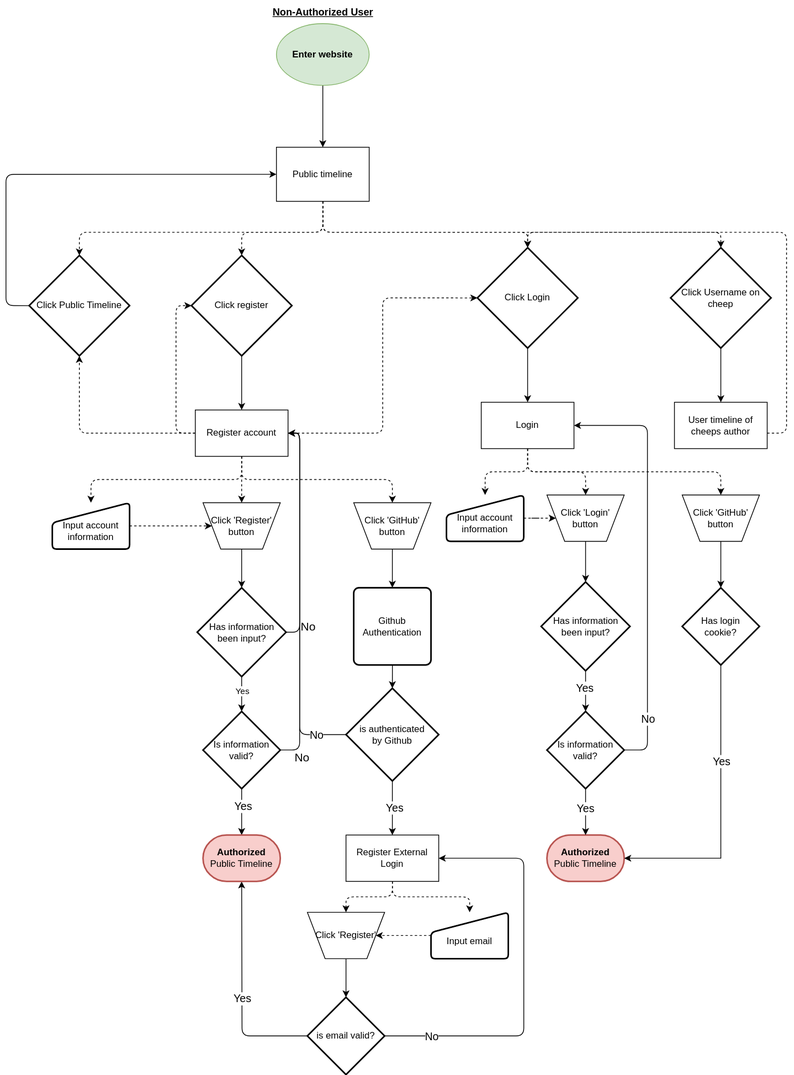
Earlier version of the draw.io export docs/diagrams/Non-Auth User journey.drawio.svg (ITU-BDSA-GROUP-20/Chirp). Source tidied: cells renumbered, new cells last; positions are measured from the earlier drawing's top-left corner, leaving out a move shared by most shapes.
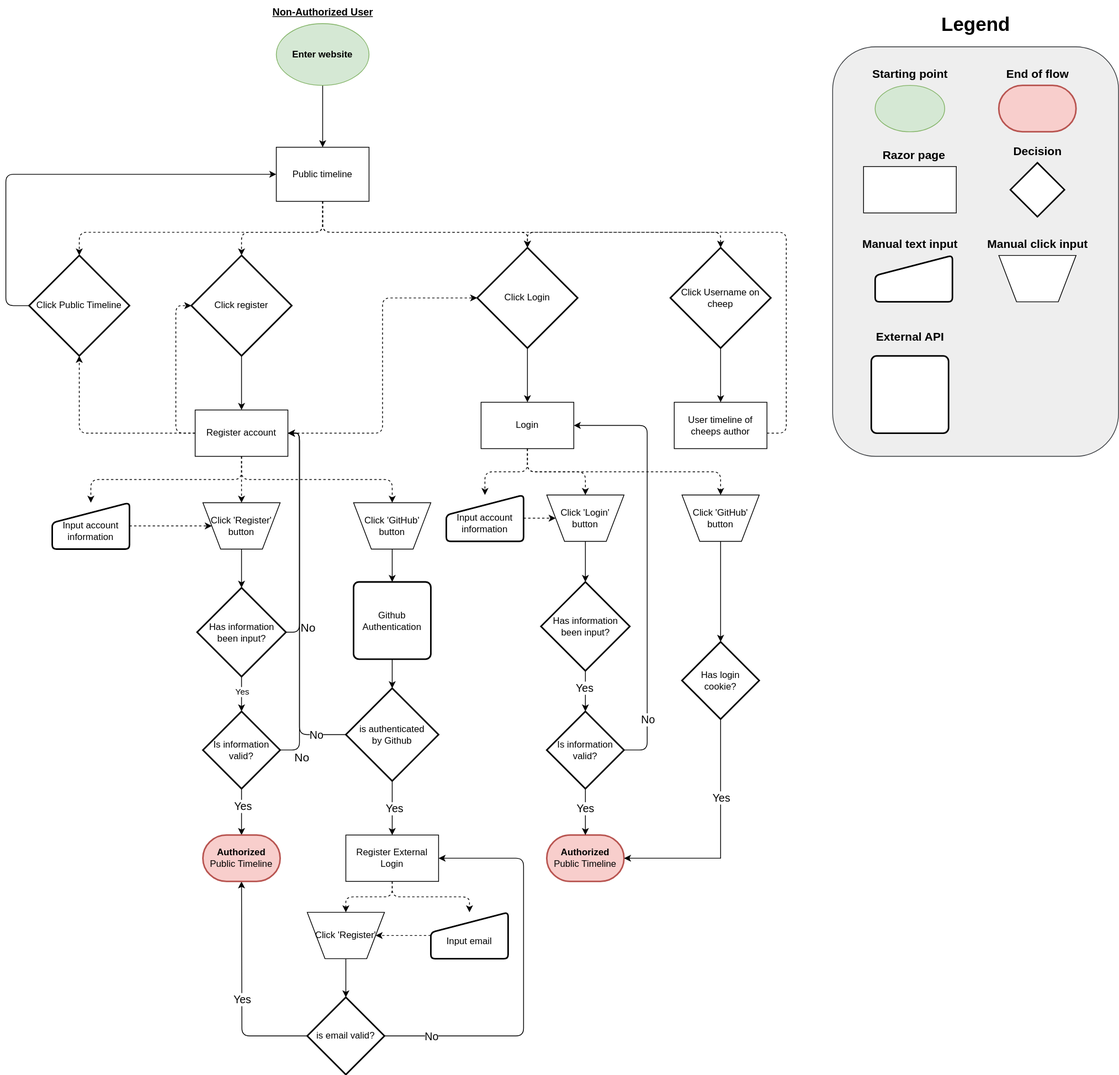
The same file after the commit.

Diff of the diagram source:
```diff
@@ -198,7 +198,7 @@
       <mxGeometry x="440" y="1080" width="120" height="60" as="geometry" />
     </mxCell>
     <mxCell id="47" value="Github Authentication" style="rounded=1;whiteSpace=wrap;html=1;absoluteArcSize=1;arcSize=14;strokeWidth=2;" parent="1" vertex="1">
-      <mxGeometry x="450" y="760" width="100" height="100" as="geometry" />
+      <mxGeometry x="450" y="752.5" width="100" height="100" as="geometry" />
     </mxCell>
     <mxCell id="48" style="edgeStyle=orthogonalEdgeStyle;rounded=0;jettySize=auto;html=1;" parent="1" edge="1" source="52" target="46">
       <mxGeometry relative="1" as="geometry" />
@@ -280,7 +280,12 @@
       <mxGeometry x="615" y="520" width="120" height="60" as="geometry" />
     </mxCell>
     <mxCell id="68" style="edgeStyle=orthogonalEdgeStyle;rounded=0;jettySize=auto;html=1;entryX=0;entryY=0.5;entryDx=0;entryDy=0;dashed=1;" parent="1" edge="1" source="69" target="70">
-      <mxGeometry relative="1" as="geometry" />
+      <mxGeometry relative="1" as="geometry">
+        <Array as="points">
+          <mxPoint x="690" y="670" />
+          <mxPoint x="690" y="670" />
+        </Array>
+      </mxGeometry>
     </mxCell>
     <mxCell id="69" value="&lt;br&gt;Input account information" style="html=1;strokeWidth=2;shape=manualInput;whiteSpace=wrap;rounded=1;size=26;arcSize=11;" parent="1" vertex="1">
       <mxGeometry x="570" y="640" width="100" height="60" as="geometry" />
@@ -329,7 +334,7 @@
       <mxGeometry x="875" y="640" width="100" height="60" as="geometry" />
     </mxCell>
     <mxCell id="82" value="Has login &lt;br&gt;cookie?" style="strokeWidth=2;html=1;shape=mxgraph.flowchart.decision;whiteSpace=wrap;" parent="1" vertex="1">
-      <mxGeometry x="875" y="760" width="100" height="100" as="geometry" />
+      <mxGeometry x="875" y="830" width="100" height="100" as="geometry" />
     </mxCell>
     <mxCell id="83" style="edgeStyle=orthogonalEdgeStyle;rounded=0;jettySize=auto;html=1;entryX=0.5;entryY=0;entryDx=0;entryDy=0;entryPerimeter=0;" parent="1" edge="1" source="81" target="82">
       <mxGeometry relative="1" as="geometry" />
@@ -344,5 +349,80 @@
     <mxCell id="85" value="&lt;font style=&quot;font-size: 14px;&quot;&gt;Yes&lt;/font&gt;" style="edgeLabel;html=1;align=center;verticalAlign=middle;" parent="84" vertex="1">
       <mxGeometry x="-0.33" relative="1" as="geometry" />
     </mxCell>
+    <mxCell id="86" style="group;" parent="1" vertex="1">
+      <mxGeometry x="1070" y="10" width="370" height="580" as="geometry" />
+    </mxCell>
+    <mxCell id="87" style="group;" parent="86" vertex="1">
+      <mxGeometry width="370" height="580" as="geometry" />
+    </mxCell>
+    <mxCell id="88" style="rounded=1;whiteSpace=wrap;html=1;fillColor=#eeeeee;strokeColor=#36393d;" parent="87" vertex="1">
+      <mxGeometry y="50" width="370" height="530" as="geometry" />
+    </mxCell>
+    <mxCell id="89" value="&lt;font size=&quot;1&quot; style=&quot;&quot;&gt;&lt;b style=&quot;font-size: 25px;&quot;&gt;Legend&lt;/b&gt;&lt;/font&gt;" style="text;html=1;align=center;verticalAlign=middle;strokeColor=none;fillColor=none;" parent="87" vertex="1">
+      <mxGeometry x="130" width="110" height="40" as="geometry" />
+    </mxCell>
+    <mxCell id="90" style="group;" parent="86" vertex="1">
+      <mxGeometry x="40" y="175" width="120" height="90" as="geometry" />
+    </mxCell>
+    <mxCell id="91" style="rounded=0;whiteSpace=wrap;html=1;" parent="90" vertex="1">
+      <mxGeometry y="30" width="120" height="60" as="geometry" />
+    </mxCell>
+    <mxCell id="92" value="&lt;b&gt;&lt;font style=&quot;font-size: 15px;&quot;&gt;Razor page&lt;/font&gt;&lt;/b&gt;" style="text;html=1;align=center;verticalAlign=middle;strokeColor=none;fillColor=none;" parent="90" vertex="1">
+      <mxGeometry x="15" width="100" height="30" as="geometry" />
+    </mxCell>
+    <mxCell id="93" style="group;" parent="86" vertex="1">
+      <mxGeometry x="40" y="70" width="120" height="90" as="geometry" />
+    </mxCell>
+    <mxCell id="94" style="ellipse;whiteSpace=wrap;html=1;fillColor=#d5e8d4;strokeColor=#82b366;" parent="93" vertex="1">
+      <mxGeometry x="15" y="30" width="90" height="60" as="geometry" />
+    </mxCell>
+    <mxCell id="95" value="&lt;b&gt;&lt;font style=&quot;font-size: 15px;&quot;&gt;Starting point&lt;/font&gt;&lt;/b&gt;" style="text;html=1;align=center;verticalAlign=middle;strokeColor=none;fillColor=none;" parent="93" vertex="1">
+      <mxGeometry width="120" height="30" as="geometry" />
+    </mxCell>
+    <mxCell id="96" style="group;" parent="86" vertex="1">
+      <mxGeometry x="215" y="70" width="100" height="90" as="geometry" />
+    </mxCell>
+    <mxCell id="97" style="strokeWidth=2;html=1;shape=mxgraph.flowchart.terminator;whiteSpace=wrap;fillColor=#f8cecc;strokeColor=#b85450;" parent="96" vertex="1">
+      <mxGeometry y="30" width="100" height="60" as="geometry" />
+    </mxCell>
+    <mxCell id="98" value="&lt;span style=&quot;font-size: 15px;&quot;&gt;&lt;b&gt;End of flow&lt;/b&gt;&lt;/span&gt;" style="text;html=1;align=center;verticalAlign=middle;strokeColor=none;fillColor=none;" parent="96" vertex="1">
+      <mxGeometry width="100" height="30" as="geometry" />
+    </mxCell>
+    <mxCell id="99" style="group;" parent="86" vertex="1">
+      <mxGeometry x="25" y="290" width="150" height="90" as="geometry" />
+    </mxCell>
+    <mxCell id="100" style="html=1;strokeWidth=2;shape=manualInput;whiteSpace=wrap;rounded=1;size=26;arcSize=11;" parent="99" vertex="1">
+      <mxGeometry x="30" y="30" width="100" height="60" as="geometry" />
+    </mxCell>
+    <mxCell id="101" value="&lt;b&gt;&lt;font style=&quot;font-size: 15px;&quot;&gt;Manual text input&lt;/font&gt;&lt;/b&gt;" style="text;html=1;align=center;verticalAlign=middle;strokeColor=none;fillColor=none;" parent="99" vertex="1">
+      <mxGeometry width="150" height="30" as="geometry" />
+    </mxCell>
+    <mxCell id="102" style="group;" parent="86" vertex="1">
+      <mxGeometry x="220" y="170" width="90" height="100" as="geometry" />
+    </mxCell>
+    <mxCell id="103" style="strokeWidth=2;html=1;shape=mxgraph.flowchart.decision;whiteSpace=wrap;" parent="102" vertex="1">
+      <mxGeometry x="10" y="30" width="70" height="70" as="geometry" />
+    </mxCell>
+    <mxCell id="104" value="&lt;b&gt;&lt;font style=&quot;font-size: 15px;&quot;&gt;Decision&lt;/font&gt;&lt;/b&gt;" style="text;html=1;align=center;verticalAlign=middle;strokeColor=none;fillColor=none;" parent="102" vertex="1">
+      <mxGeometry width="90" height="30" as="geometry" />
+    </mxCell>
+    <mxCell id="105" style="group;" parent="86" vertex="1">
+      <mxGeometry x="190" y="290" width="150" height="90" as="geometry" />
+    </mxCell>
+    <mxCell id="106" style="verticalLabelPosition=middle;verticalAlign=middle;html=1;shape=trapezoid;perimeter=trapezoidPerimeter;whiteSpace=wrap;size=0.23;arcSize=10;flipV=1;labelPosition=center;align=center;" parent="105" vertex="1">
+      <mxGeometry x="25" y="30" width="100" height="60" as="geometry" />
+    </mxCell>
+    <mxCell id="107" value="&lt;span style=&quot;font-size: 15px;&quot;&gt;&lt;b&gt;Manual click input&lt;/b&gt;&lt;/span&gt;" style="text;html=1;align=center;verticalAlign=middle;strokeColor=none;fillColor=none;" parent="105" vertex="1">
+      <mxGeometry width="150" height="30" as="geometry" />
+    </mxCell>
+    <mxCell id="108" style="group;" parent="86" vertex="1">
+      <mxGeometry x="45" y="410" width="110" height="140" as="geometry" />
+    </mxCell>
+    <mxCell id="109" style="rounded=1;whiteSpace=wrap;html=1;absoluteArcSize=1;arcSize=14;strokeWidth=2;" parent="108" vertex="1">
+      <mxGeometry x="5" y="40" width="100" height="100" as="geometry" />
+    </mxCell>
+    <mxCell id="110" value="&lt;b style=&quot;border-color: var(--border-color);&quot;&gt;&lt;font style=&quot;border-color: var(--border-color); font-size: 15px;&quot;&gt;External API&lt;/font&gt;&lt;/b&gt;" style="text;html=1;align=center;verticalAlign=middle;strokeColor=none;fillColor=none;" parent="108" vertex="1">
+      <mxGeometry width="110" height="30" as="geometry" />
+    </mxCell>
   </root>
 </mxGraphModel>
```
